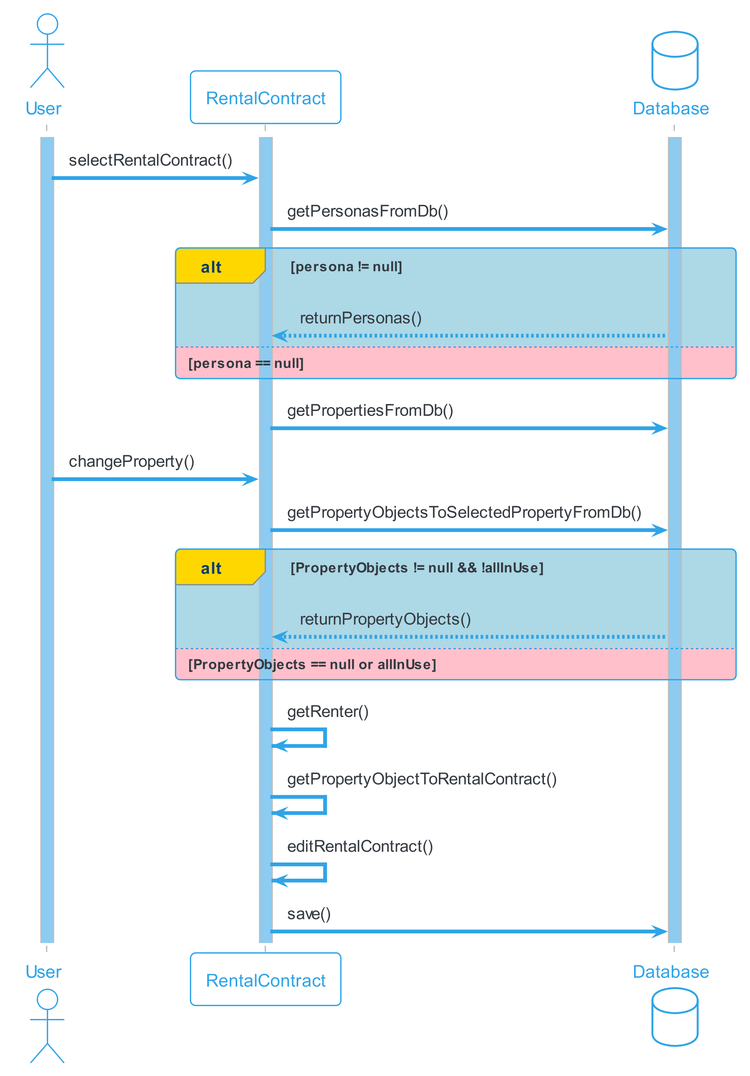
Earlier version of the PlantUML export docs/content/diagrams/out/sequenzdiagram/mietvertragEditieren/mietvertragEditieren.png (sirtheta/ImmoGlobal_Semesterarbeit). The source it was exported from:
```plantuml
@startuml mietvertragEditieren
!theme cerulean-outline
skinparam sequence {
LifeLineBackgroundColor #8ECBF1
ParticipantPadding 2
}
skinparam dpi 300

actor User as user
activate user
participant RentalContract as rc
database Database as db
activate db
activate rc

user -> rc : selectRentalContract()
rc -> db : getPersonasFromDb()
alt#Gold #LightBlue persona != null
  db--> rc : returnPersonas()
else #Pink persona == null
end

rc -> db : getPropertiesFromDb()
user -> rc : changeProperty()
rc -> db: getPropertyObjectsToSelectedPropertyFromDb()
alt#Gold #LightBlue PropertyObjects != null && !allInUse
  db --> rc: returnPropertyObjects()
else #Pink PropertyObjects == null or allInUse
end

rc -> rc : getRenter()
rc -> rc : getPropertyObjectToRentalContract()

rc -> rc : editRentalContract()
rc -> db : save()
@enduml
```
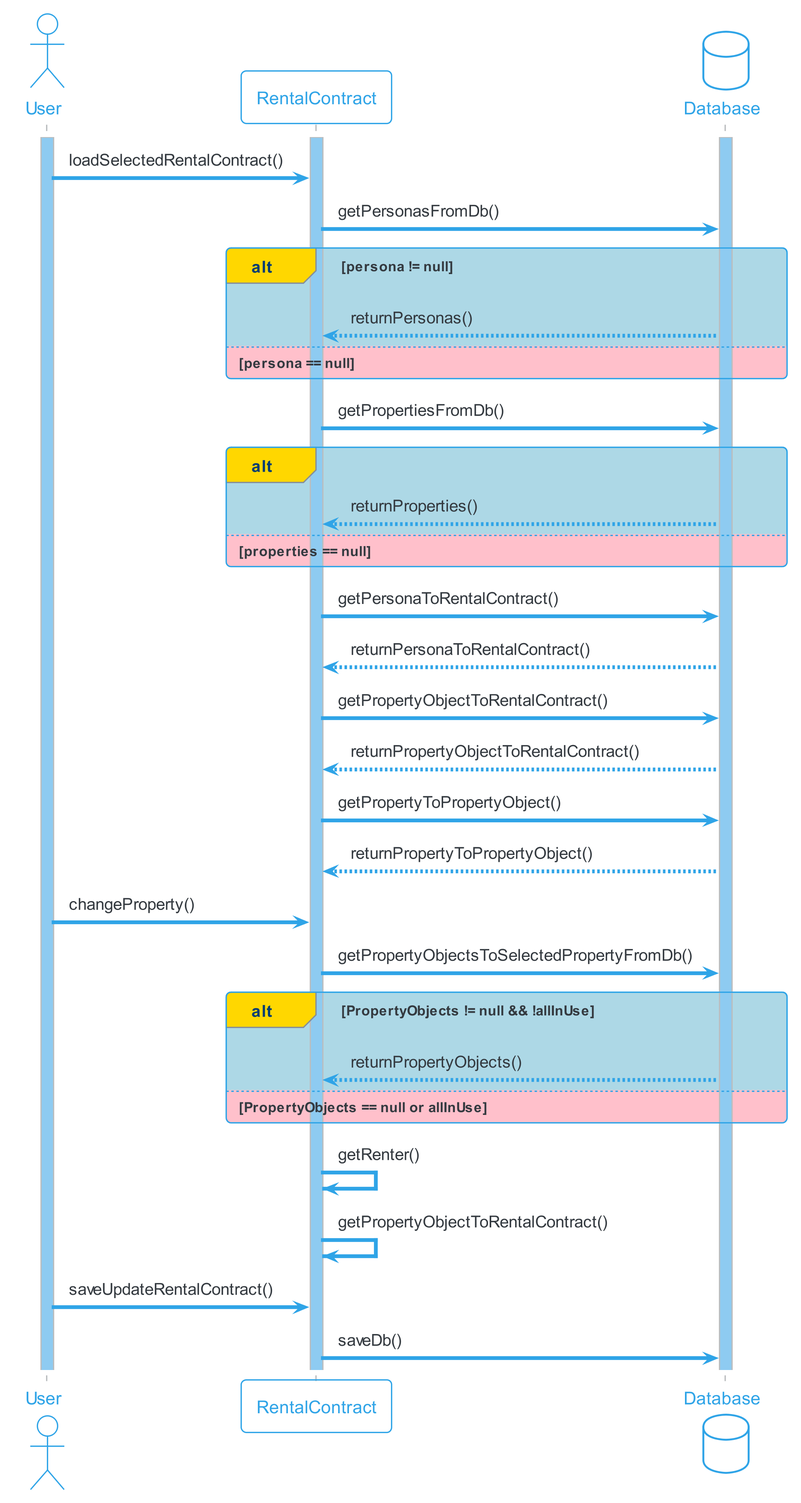
The same file after the commit.

Change to the diagram source:
```diff
@@ -13,7 +13,7 @@
 activate db
 activate rc
 
-user -> rc : selectRentalContract()
+user -> rc : loadSelectedRentalContract()
 rc -> db : getPersonasFromDb()
 alt#Gold #LightBlue persona != null
   db--> rc : returnPersonas()
@@ -21,6 +21,16 @@
 end
 
 rc -> db : getPropertiesFromDb()
+alt#Gold #LightBlue
+  db --> rc : returnProperties()
+else #Pink properties == null
+end
+rc -> db : getPersonaToRentalContract()
+db --> rc : returnPersonaToRentalContract()
+rc -> db : getPropertyObjectToRentalContract()
+db --> rc : returnPropertyObjectToRentalContract()
+rc -> db : getPropertyToPropertyObject()
+db --> rc : returnPropertyToPropertyObject()
 user -> rc : changeProperty()
 rc -> db: getPropertyObjectsToSelectedPropertyFromDb()
 alt#Gold #LightBlue PropertyObjects != null && !allInUse
@@ -31,6 +41,6 @@
 rc -> rc : getRenter()
 rc -> rc : getPropertyObjectToRentalContract()
 
-rc -> rc : editRentalContract()
-rc -> db : save()
+user -> rc : saveUpdateRentalContract()
+rc -> db : saveDb()
 @enduml
```
